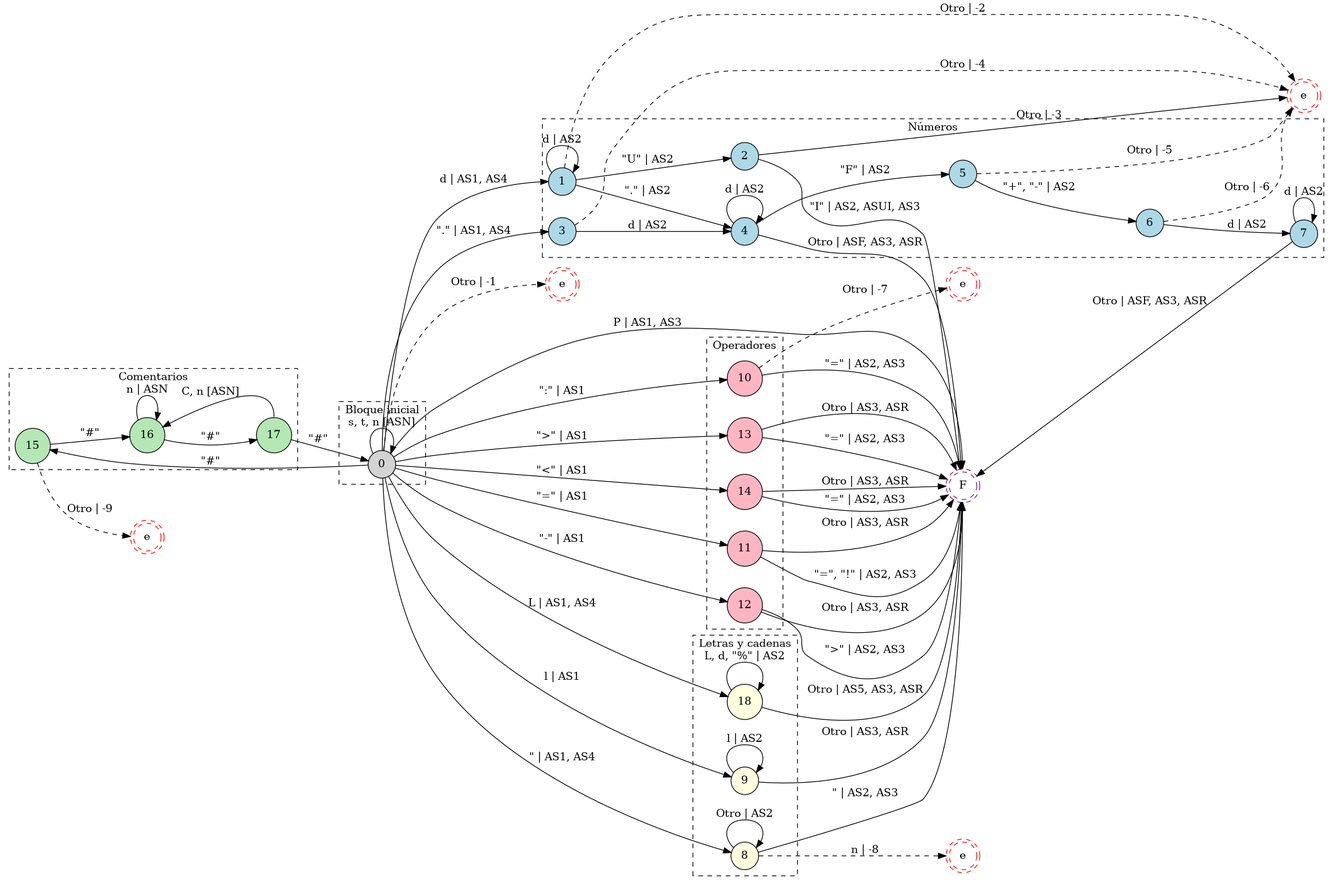
Earlier version of the Graphviz export resources/diagrams/finiteAutomatom.png (iroumec/RouVel-Compiler). Its source is kept beside it as resources/diagrams/finiteAutomatom.dot.
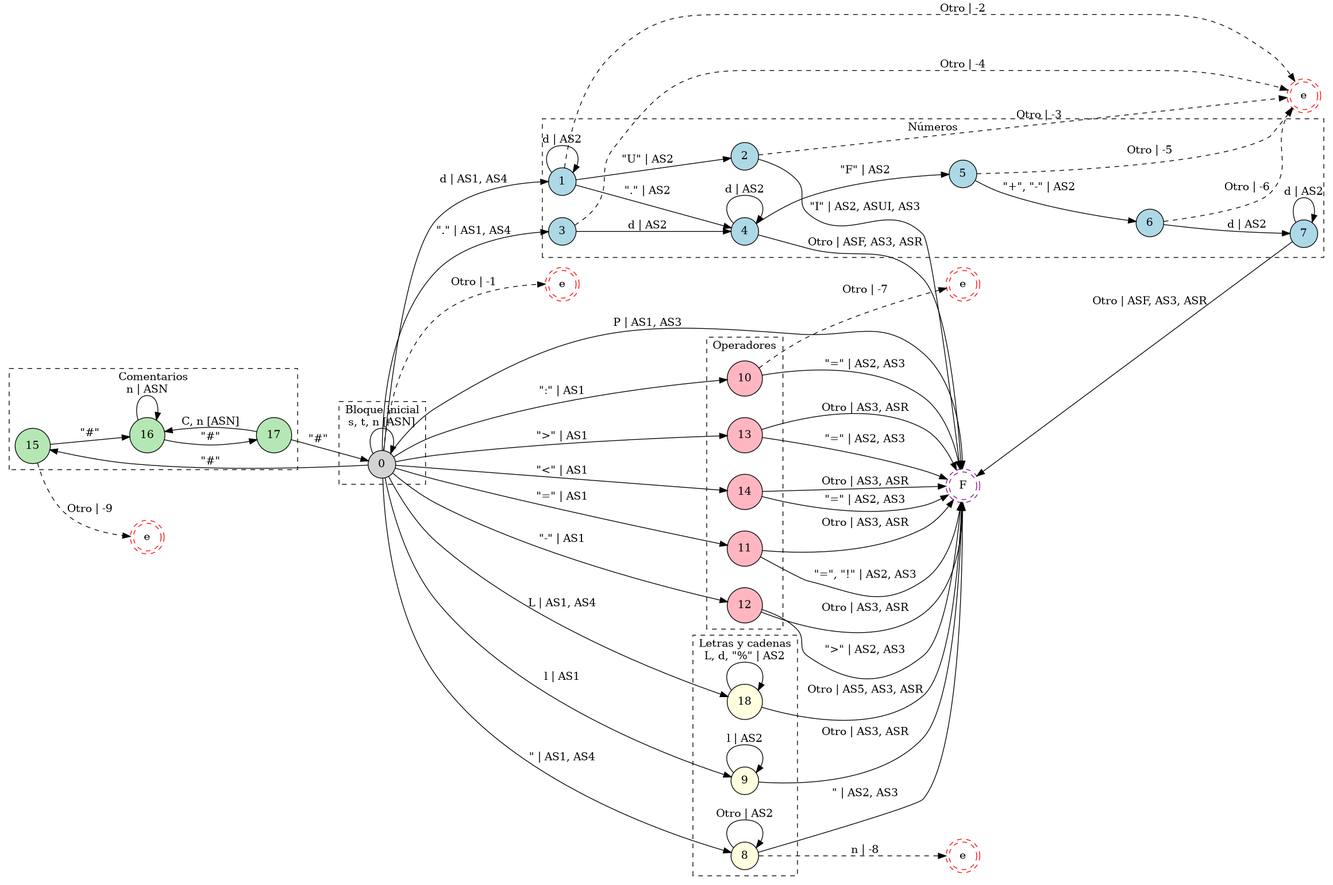
The same file after the commit.

Diff of the diagram source:
```diff
@@ -83,7 +83,7 @@
     1 -> 2 [label = "\"U\" | AS2";];
     1 -> 4 [label = "\".\" | AS2";];
     1 -> eN [label = "Otro | -2"; style = dashed;];
-    2 -> eN [label = "Otro | -3";];
+    2 -> eN [label = "Otro | -3"; style = dashed;];
     2 -> F [label = "\"I\" | AS2, ASUI, AS3";];
     3 -> 4 [label = "d | AS2";];
     3 -> eN [label = "Otro | -4"; style = dashed;];
@@ -116,7 +116,7 @@
     16 -> 16 [label = "n | ASN";];
     16 -> 17 [label = "\"#\"";];
     17 -> 0 [label = "\"#\"";];
-    17 -> 16 [label = "C, n [ASN]"; tailport = n;];
+    17 -> 16 [label = "C, n [ASN]";];
     18 -> 18 [label = "L, d, \"%\" | AS2";];
     18 -> F [label = "Otro | AS5, AS3, ASR";];
 }
```
